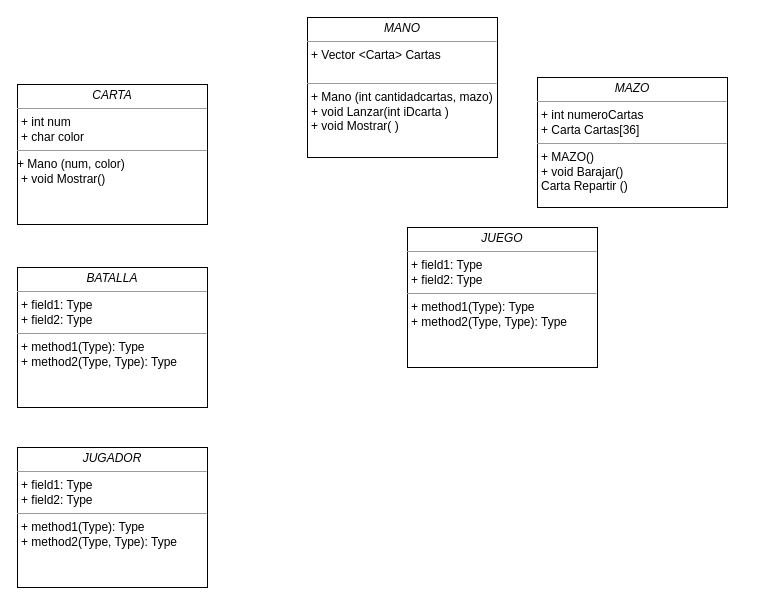
xnazer/Parcial-N-2 keeps this draw.io diagram as Juego Cartas.drawio. Above is the earlier version. Source tidied: cells renumbered, new cells numbered last; positions are measured from the earlier drawing's top-left corner, leaving out a move shared by most shapes. Both pictures are drawn from the tidied source at 100%, with x=0, y=0 at pixel (17, 17).
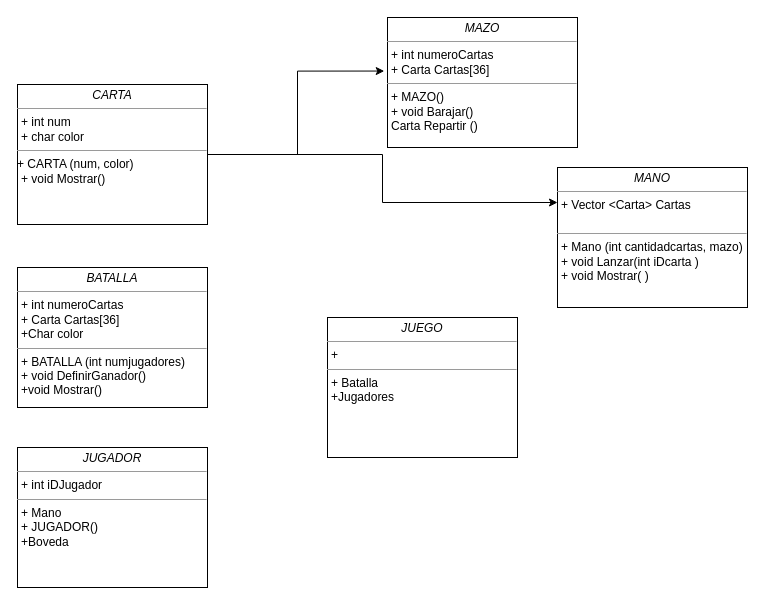
The same diagram, later.

Diff of the diagram source:
```diff
@@
 <mxGraphModel>
   <root>
     <mxCell id="0" />
     <mxCell id="1" parent="0" />
-    <mxCell id="2" value="&lt;p style=&quot;margin:0px;margin-top:4px;text-align:center;&quot;&gt;&lt;i&gt;JUEGO&lt;/i&gt;&lt;/p&gt;&lt;hr size=&quot;1&quot;&gt;&lt;p style=&quot;margin:0px;margin-left:4px;&quot;&gt;+ field1: Type&lt;br&gt;+ field2: Type&lt;/p&gt;&lt;hr size=&quot;1&quot;&gt;&lt;p style=&quot;margin:0px;margin-left:4px;&quot;&gt;+ method1(Type): Type&lt;br&gt;+ method2(Type, Type): Type&lt;/p&gt;" style="verticalAlign=top;align=left;overflow=fill;fontSize=12;fontFamily=Helvetica;html=1;rounded=0;shadow=0;comic=0;labelBackgroundColor=none;strokeWidth=1;" parent="1" vertex="1">
-      <mxGeometry x="390" y="210" width="190" height="140" as="geometry" />
+    <mxCell id="2" value="&lt;p style=&quot;margin:0px;margin-top:4px;text-align:center;&quot;&gt;&lt;i&gt;JUEGO&lt;/i&gt;&lt;/p&gt;&lt;hr size=&quot;1&quot;&gt;&lt;p style=&quot;margin:0px;margin-left:4px;&quot;&gt;+&amp;nbsp;&lt;/p&gt;&lt;hr size=&quot;1&quot;&gt;&lt;p style=&quot;margin:0px;margin-left:4px;&quot;&gt;+ Batalla&lt;/p&gt;&lt;p style=&quot;margin:0px;margin-left:4px;&quot;&gt;+Jugadores&lt;/p&gt;" style="verticalAlign=top;align=left;overflow=fill;fontSize=12;fontFamily=Helvetica;html=1;rounded=0;shadow=0;comic=0;labelBackgroundColor=none;strokeWidth=1;" parent="1" vertex="1">
+      <mxGeometry x="310" y="300" width="190" height="140" as="geometry" />
     </mxCell>
+    <mxCell id="8" style="edgeStyle=orthogonalEdgeStyle;rounded=0;jettySize=auto;html=1;exitX=1;exitY=0.5;exitDx=0;exitDy=0;entryX=0;entryY=0.25;entryDx=0;entryDy=0;" parent="1" edge="1" source="3" target="6">
+      <mxGeometry relative="1" as="geometry" />
+    </mxCell>
-    <mxCell id="3" value="&lt;p style=&quot;margin:0px;margin-top:4px;text-align:center;&quot;&gt;&lt;i&gt;CARTA&lt;/i&gt;&lt;/p&gt;&lt;hr size=&quot;1&quot;&gt;&lt;p style=&quot;margin:0px;margin-left:4px;&quot;&gt;+ int num&lt;br&gt;+ char color&lt;/p&gt;&lt;hr size=&quot;1&quot;&gt;+ Mano (num, color)&amp;nbsp;&lt;br&gt;&lt;p style=&quot;margin:0px;margin-left:4px;&quot;&gt;+ void Mostrar()&lt;/p&gt;" style="verticalAlign=top;align=left;overflow=fill;fontSize=12;fontFamily=Helvetica;html=1;rounded=0;shadow=0;comic=0;labelBackgroundColor=none;strokeWidth=1;" parent="1" vertex="1">
+    <mxCell id="3" value="&lt;p style=&quot;margin:0px;margin-top:4px;text-align:center;&quot;&gt;&lt;i&gt;CARTA&lt;/i&gt;&lt;/p&gt;&lt;hr size=&quot;1&quot;&gt;&lt;p style=&quot;margin:0px;margin-left:4px;&quot;&gt;+ int num&lt;br&gt;+ char color&lt;/p&gt;&lt;hr size=&quot;1&quot;&gt;+ CARTA (num, color)&amp;nbsp;&lt;br&gt;&lt;p style=&quot;margin:0px;margin-left:4px;&quot;&gt;+ void Mostrar()&lt;/p&gt;" style="verticalAlign=top;align=left;overflow=fill;fontSize=12;fontFamily=Helvetica;html=1;rounded=0;shadow=0;comic=0;labelBackgroundColor=none;strokeWidth=1;" parent="1" vertex="1">
       <mxGeometry y="67" width="190" height="140" as="geometry" />
     </mxCell>
-    <mxCell id="4" value="&lt;p style=&quot;margin:0px;margin-top:4px;text-align:center;&quot;&gt;&lt;i&gt;BATALLA&lt;/i&gt;&lt;/p&gt;&lt;hr size=&quot;1&quot;&gt;&lt;p style=&quot;margin:0px;margin-left:4px;&quot;&gt;+ field1: Type&lt;br&gt;+ field2: Type&lt;/p&gt;&lt;hr size=&quot;1&quot;&gt;&lt;p style=&quot;margin:0px;margin-left:4px;&quot;&gt;+ method1(Type): Type&lt;br&gt;+ method2(Type, Type): Type&lt;/p&gt;" style="verticalAlign=top;align=left;overflow=fill;fontSize=12;fontFamily=Helvetica;html=1;rounded=0;shadow=0;comic=0;labelBackgroundColor=none;strokeWidth=1;" parent="1" vertex="1">
+    <mxCell id="4" value="&lt;p style=&quot;margin:0px;margin-top:4px;text-align:center;&quot;&gt;&lt;i&gt;BATALLA&lt;/i&gt;&lt;/p&gt;&lt;hr size=&quot;1&quot;&gt;&lt;p style=&quot;margin:0px;margin-left:4px;&quot;&gt;+ int numeroCartas&lt;br&gt;+ Carta Cartas[36]&lt;/p&gt;&lt;p style=&quot;margin:0px;margin-left:4px;&quot;&gt;+Char color&lt;/p&gt;&lt;hr size=&quot;1&quot;&gt;&lt;p style=&quot;margin:0px;margin-left:4px;&quot;&gt;+ BATALLA (int numjugadores)&lt;br&gt;+ void DefinirGanador()&lt;/p&gt;&lt;p style=&quot;margin:0px;margin-left:4px;&quot;&gt;+void Mostrar()&lt;/p&gt;" style="verticalAlign=top;align=left;overflow=fill;fontSize=12;fontFamily=Helvetica;html=1;rounded=0;shadow=0;comic=0;labelBackgroundColor=none;strokeWidth=1;" parent="1" vertex="1">
       <mxGeometry y="250" width="190" height="140" as="geometry" />
     </mxCell>
-    <mxCell id="5" value="&lt;p style=&quot;margin:0px;margin-top:4px;text-align:center;&quot;&gt;&lt;i&gt;JUGADOR&lt;/i&gt;&lt;/p&gt;&lt;hr size=&quot;1&quot;&gt;&lt;p style=&quot;margin:0px;margin-left:4px;&quot;&gt;+ field1: Type&lt;br&gt;+ field2: Type&lt;/p&gt;&lt;hr size=&quot;1&quot;&gt;&lt;p style=&quot;margin:0px;margin-left:4px;&quot;&gt;+ method1(Type): Type&lt;br&gt;+ method2(Type, Type): Type&lt;/p&gt;" style="verticalAlign=top;align=left;overflow=fill;fontSize=12;fontFamily=Helvetica;html=1;rounded=0;shadow=0;comic=0;labelBackgroundColor=none;strokeWidth=1;" parent="1" vertex="1">
+    <mxCell id="5" value="&lt;p style=&quot;margin:0px;margin-top:4px;text-align:center;&quot;&gt;&lt;i&gt;JUGADOR&lt;/i&gt;&lt;/p&gt;&lt;hr size=&quot;1&quot;&gt;&lt;p style=&quot;margin:0px;margin-left:4px;&quot;&gt;+ int iDJugador&lt;br&gt;&lt;/p&gt;&lt;hr size=&quot;1&quot;&gt;&lt;p style=&quot;margin:0px;margin-left:4px;&quot;&gt;+ Mano&lt;br&gt;+ JUGADOR()&lt;/p&gt;&lt;p style=&quot;margin:0px;margin-left:4px;&quot;&gt;+Boveda&lt;/p&gt;" style="verticalAlign=top;align=left;overflow=fill;fontSize=12;fontFamily=Helvetica;html=1;rounded=0;shadow=0;comic=0;labelBackgroundColor=none;strokeWidth=1;" parent="1" vertex="1">
       <mxGeometry y="430" width="190" height="140" as="geometry" />
     </mxCell>
     <mxCell id="6" value="&lt;p style=&quot;margin:0px;margin-top:4px;text-align:center;&quot;&gt;&lt;i&gt;MANO&lt;/i&gt;&lt;/p&gt;&lt;hr size=&quot;1&quot;&gt;&lt;p style=&quot;margin:0px;margin-left:4px;&quot;&gt;+ Vector &amp;lt;Carta&amp;gt; Cartas&amp;nbsp;&lt;br&gt;&lt;br&gt;&lt;/p&gt;&lt;hr size=&quot;1&quot;&gt;&lt;p style=&quot;margin:0px;margin-left:4px;&quot;&gt;+ Mano (int cantidadcartas, mazo)&amp;nbsp;&lt;br&gt;+ void Lanzar(int iDcarta )&lt;/p&gt;&lt;p style=&quot;margin:0px;margin-left:4px;&quot;&gt;+ void Mostrar( )&lt;/p&gt;" style="verticalAlign=top;align=left;overflow=fill;fontSize=12;fontFamily=Helvetica;html=1;rounded=0;shadow=0;comic=0;labelBackgroundColor=none;strokeWidth=1;" parent="1" vertex="1">
-      <mxGeometry x="290" width="190" height="140" as="geometry" />
+      <mxGeometry x="540" y="150" width="190" height="140" as="geometry" />
     </mxCell>
     <mxCell id="7" value="&lt;p style=&quot;margin:0px;margin-top:4px;text-align:center;&quot;&gt;&lt;i&gt;MAZO&lt;/i&gt;&lt;/p&gt;&lt;hr size=&quot;1&quot;&gt;&lt;p style=&quot;margin:0px;margin-left:4px;&quot;&gt;+ int numeroCartas&lt;br&gt;+ Carta Cartas[36]&lt;/p&gt;&lt;hr size=&quot;1&quot;&gt;&lt;p style=&quot;margin:0px;margin-left:4px;&quot;&gt;+ MAZO()&lt;br&gt;+ void Barajar()&amp;nbsp;&lt;/p&gt;&lt;p style=&quot;margin:0px;margin-left:4px;&quot;&gt;&lt;span style=&quot;background-color: transparent; color: light-dark(rgb(0, 0, 0), rgb(255, 255, 255));&quot;&gt;Carta Repartir ()&lt;/span&gt;&lt;/p&gt;" style="verticalAlign=top;align=left;overflow=fill;fontSize=12;fontFamily=Helvetica;html=1;rounded=0;shadow=0;comic=0;labelBackgroundColor=none;strokeWidth=1;" parent="1" vertex="1">
-      <mxGeometry x="520" y="60" width="190" height="130" as="geometry" />
+      <mxGeometry x="370" width="190" height="130" as="geometry" />
     </mxCell>
+    <mxCell id="9" style="edgeStyle=orthogonalEdgeStyle;rounded=0;jettySize=auto;html=1;exitX=1;exitY=0.5;exitDx=0;exitDy=0;entryX=-0.017;entryY=0.412;entryDx=0;entryDy=0;entryPerimeter=0;" parent="1" edge="1" source="3" target="7">
+      <mxGeometry relative="1" as="geometry" />
+    </mxCell>
   </root>
 </mxGraphModel>
```
